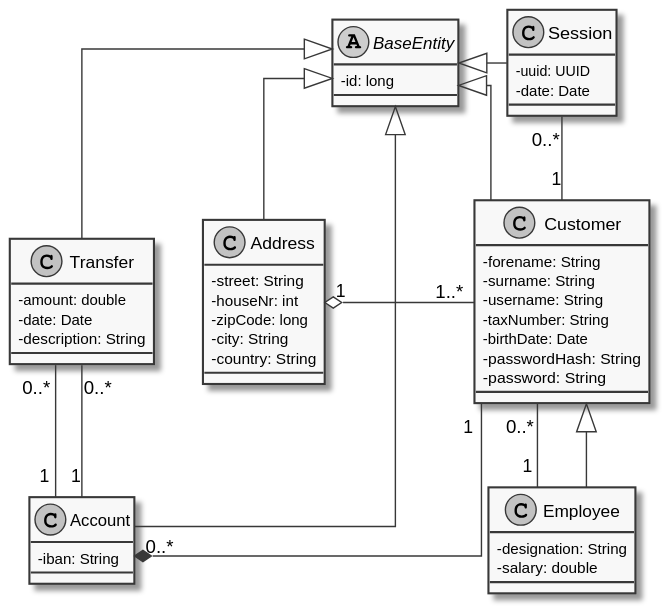
Above: documentation/diagrams/generatedDiagrams/DiagramClass_BankingService.svg in SteffBauer/sw_project (PlantUML), before the change.
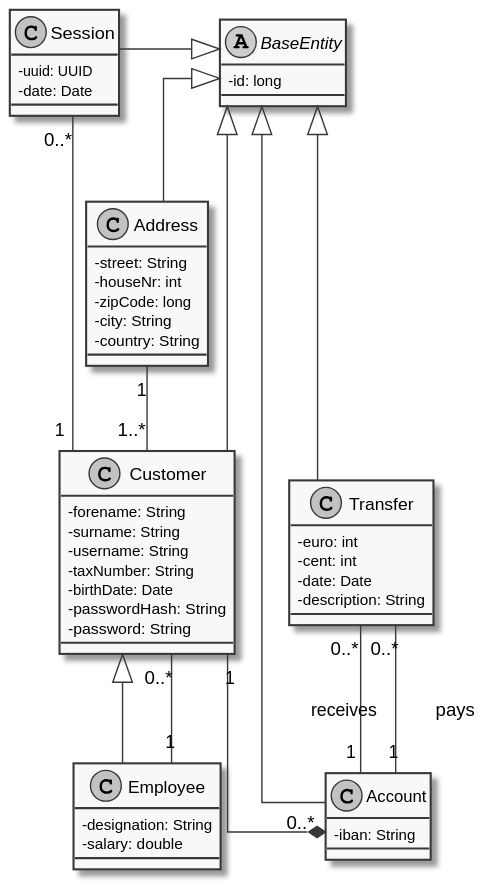
Above is the later version.

Change to the diagram source:
```diff
@@ -40,29 +40,27 @@
 }
 
 class Transfer{
-  - amount: double
+  - euro: int
+  - cent: int
   - date: Date
   - description: String
 }
 
+BaseEntity <|-- Account
+BaseEntity <|-- Address
+BaseEntity <|-- Customer
+BaseEntity <|-left- Session
+BaseEntity <|-right- Transfer
 
 Session "0..*" -- "1" Customer
 Customer "1" --* "0..*" Account
-Address "1" o- "1..*" Customer
-Transfer "0..*" - "1" Account
-Transfer "0..*" - "1" Account
+Address "1" -- "1..*" Customer
+Transfer "0..*" -- "1" Account : pays
+Transfer "0..*" -- "1" Account : receives
 Customer "0..*" -- "1" Employee
 
-BaseEntity <|-- Account
-BaseEntity <|-- Address
-BaseEntity <|-- Customer
-BaseEntity <|-- Session
-BaseEntity <|-- Transfer
 
-Customer <|-- Employee
+Customer <|-down- Employee
 
-BaseEntity -[hidden]> Session
-Transfer -[hidden]> Address
-Transfer -[hidden]-> Account
 
 @enduml
```
